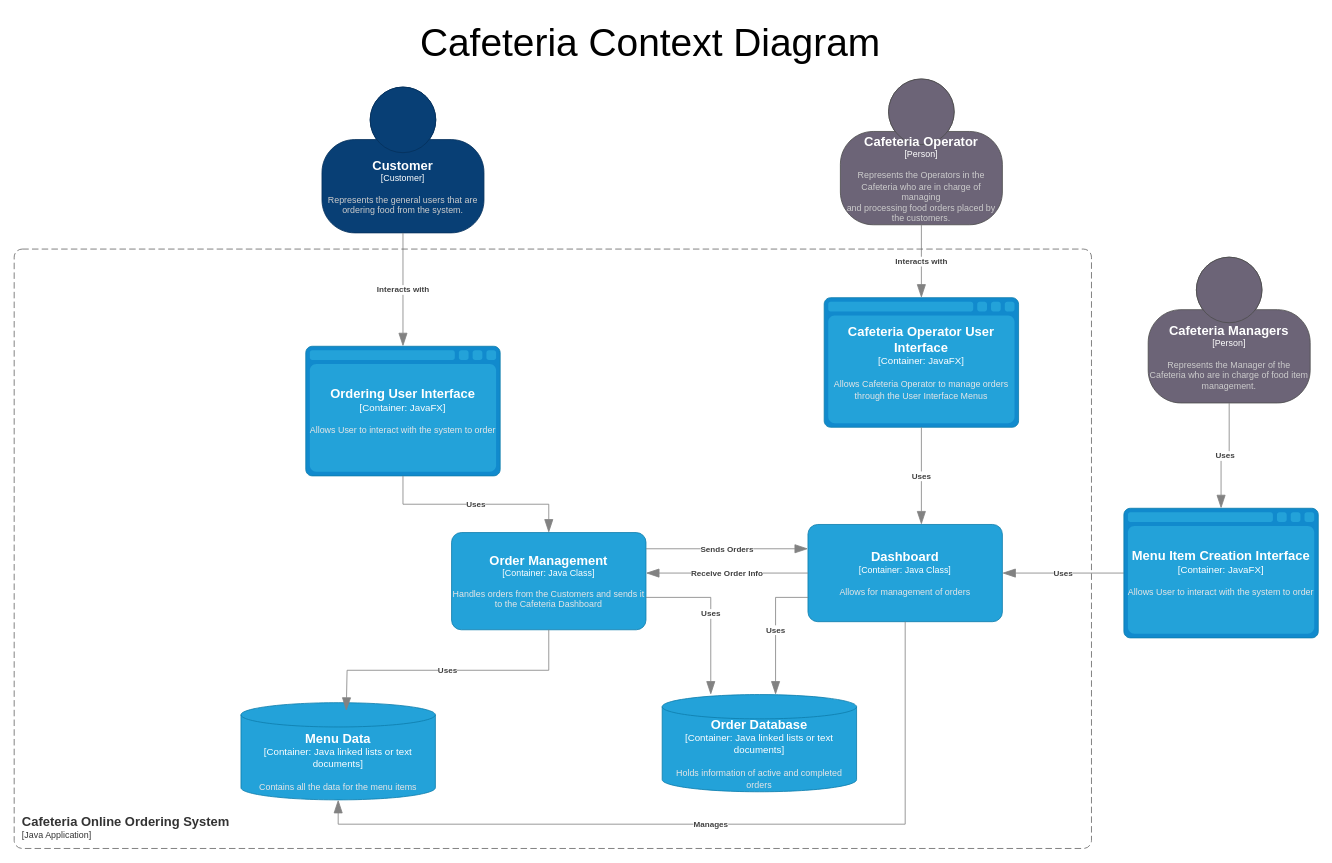
The draw.io diagram BasicDiagram.drawio in EstevanPerezASU/PsycheSurfaceDataVR, before the edit. Source tidied: cells renumbered, new cells numbered last; positions are measured from the earlier drawing's top-left corner, leaving out a move shared by most shapes. Both pictures are drawn from the tidied source at 81%, with x=0, y=0 at pixel (14, 14).
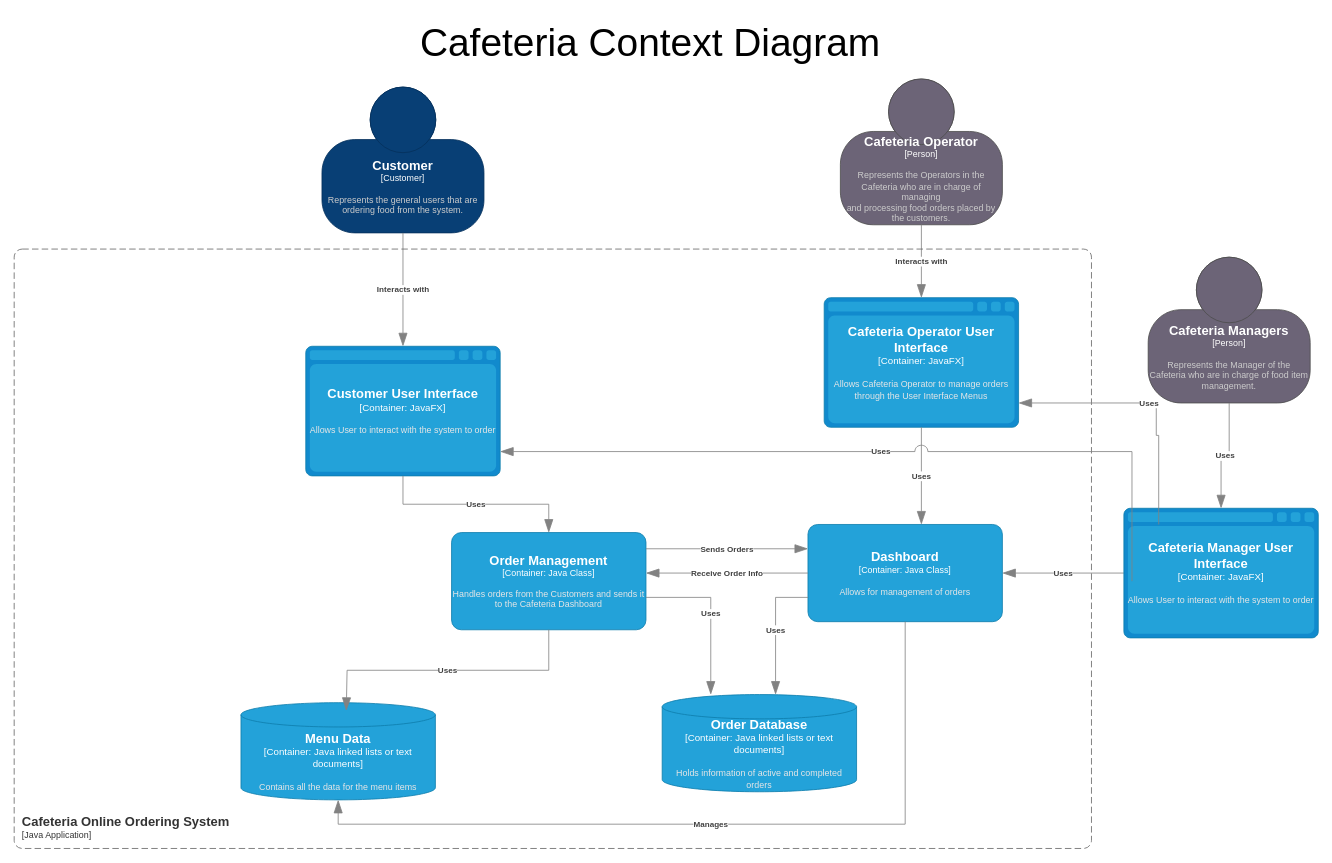
After the change.

Unchanged cells that the change refers to:
```xml
<object id="8" label="&lt;font style=&quot;font-size: 16px&quot;&gt;&lt;b&gt;%c4Name%&lt;/b&gt;&lt;/font&gt;&lt;div&gt;[%c4Type%:&amp;nbsp;%c4Technology%]&lt;/div&gt;&lt;br&gt;&lt;div&gt;&lt;font style=&quot;font-size: 11px&quot;&gt;&lt;font color=&quot;#E6E6E6&quot;&gt;%c4Description%&lt;/font&gt;&lt;/div&gt;" c4Description="Allows Cafeteria Operator to manage orders through the User Interface Menus" c4Name="Cafeteria Operator User Interface" c4Technology="JavaFX" c4Type="Container" placeholders="1">
  <mxCell style="shape=mxgraph.c4.webBrowserContainer2;whiteSpace=wrap;html=1;boundedLbl=1;rounded=0;labelBackgroundColor=none;strokeColor=#118ACD;fillColor=#23A2D9;strokeColor=#118ACD;strokeColor2=#0E7DAD;fontSize=12;fontColor=#ffffff;align=center;points=[[0.5,0,0],[1,0.25,0],[1,0.5,0],[1,0.75,0],[0.5,1,0],[0,0.75,0],[0,0.5,0],[0,0.25,0]];" parent="1" vertex="1">
    <mxGeometry x="1000" y="350" width="240" height="160" as="geometry" />
  </mxCell>
</object>
```

Diff of the diagram source:
```diff
@@
-    <object id="3" label="&lt;font style=&quot;font-size: 16px&quot;&gt;&lt;b&gt;%c4Name%&lt;/b&gt;&lt;/font&gt;&lt;div&gt;[%c4Type%:&amp;nbsp;%c4Technology%]&lt;/div&gt;&lt;br&gt;&lt;div&gt;&lt;font style=&quot;font-size: 11px&quot;&gt;&lt;font color=&quot;#E6E6E6&quot;&gt;%c4Description%&lt;/font&gt;&lt;/div&gt;" c4Description="Allows User to interact with the system to order" c4Name="Ordering User Interface" c4Technology="JavaFX" c4Type="Container" placeholders="1">
+    <object id="3" label="&lt;font style=&quot;font-size: 16px&quot;&gt;&lt;b&gt;%c4Name%&lt;/b&gt;&lt;/font&gt;&lt;div&gt;[%c4Type%:&amp;nbsp;%c4Technology%]&lt;/div&gt;&lt;br&gt;&lt;div&gt;&lt;font style=&quot;font-size: 11px&quot;&gt;&lt;font color=&quot;#E6E6E6&quot;&gt;%c4Description%&lt;/font&gt;&lt;/div&gt;" c4Description="Allows User to interact with the system to order" c4Name="Customer User Interface" c4Technology="JavaFX" c4Type="Container" placeholders="1">
       <mxCell style="shape=mxgraph.c4.webBrowserContainer2;whiteSpace=wrap;html=1;boundedLbl=1;rounded=0;labelBackgroundColor=none;strokeColor=#118ACD;fillColor=#23A2D9;strokeColor=#118ACD;strokeColor2=#0E7DAD;fontSize=12;fontColor=#ffffff;align=center;points=[[0.5,0,0],[1,0.25,0],[1,0.5,0],[1,0.75,0],[0.5,1,0],[0,0.75,0],[0,0.5,0],[0,0.25,0]];" parent="1" vertex="1">
         <mxGeometry x="360" y="410" width="240" height="160" as="geometry" />
       </mxCell>
     </object>
@@
-    <object id="22" label="&lt;font style=&quot;font-size: 16px&quot;&gt;&lt;b&gt;%c4Name%&lt;/b&gt;&lt;/font&gt;&lt;div&gt;[%c4Type%:&amp;nbsp;%c4Technology%]&lt;/div&gt;&lt;br&gt;&lt;div&gt;&lt;font style=&quot;font-size: 11px&quot;&gt;&lt;font color=&quot;#E6E6E6&quot;&gt;%c4Description%&lt;/font&gt;&lt;/div&gt;" c4Description="Allows User to interact with the system to order" c4Name="Menu Item Creation Interface" c4Technology="JavaFX" c4Type="Container" placeholders="1">
+    <object id="22" label="&lt;font style=&quot;font-size: 16px&quot;&gt;&lt;b&gt;%c4Name%&lt;/b&gt;&lt;/font&gt;&lt;div&gt;[%c4Type%:&amp;nbsp;%c4Technology%]&lt;/div&gt;&lt;br&gt;&lt;div&gt;&lt;font style=&quot;font-size: 11px&quot;&gt;&lt;font color=&quot;#E6E6E6&quot;&gt;%c4Description%&lt;/font&gt;&lt;/div&gt;" c4Description="Allows User to interact with the system to order" c4Name="Cafeteria Manager User Interface" c4Technology="JavaFX" c4Type="Container" placeholders="1">
       <mxCell style="shape=mxgraph.c4.webBrowserContainer2;whiteSpace=wrap;html=1;boundedLbl=1;rounded=0;labelBackgroundColor=none;strokeColor=#118ACD;fillColor=#23A2D9;strokeColor=#118ACD;strokeColor2=#0E7DAD;fontSize=12;fontColor=#ffffff;align=center;points=[[0.5,0,0],[1,0.25,0],[1,0.5,0],[1,0.75,0],[0.5,1,0],[0,0.75,0],[0,0.5,0],[0,0.25,0]];" parent="1" vertex="1">
         <mxGeometry x="1370" y="610" width="240" height="160" as="geometry" />
       </mxCell>
     </object>
@@
+    <object id="26" label="&lt;div style=&quot;text-align: left&quot;&gt;&lt;div style=&quot;text-align: center&quot;&gt;&lt;b&gt;%c4Description%&lt;/b&gt;&lt;/div&gt;" c4Description="Uses" placeholders="1">
+      <mxCell style="endArrow=blockThin;html=1;fontSize=10;fontColor=#404040;strokeWidth=1;endFill=1;strokeColor=#828282;elbow=vertical;endSize=14;startSize=14;jumpStyle=arc;jumpSize=16;rounded=0;edgeStyle=orthogonalEdgeStyle;" parent="1" edge="1" target="3">
+        <mxGeometry relative="1" as="geometry">
+          <mxPoint x="1380" y="700" as="sourcePoint" />
+          <Array as="points">
+            <mxPoint x="1380" y="540" />
+          </Array>
+        </mxGeometry>
+      </mxCell>
+    </object>
+    <object id="27" label="&lt;div style=&quot;text-align: left&quot;&gt;&lt;div style=&quot;text-align: center&quot;&gt;&lt;b&gt;%c4Description%&lt;/b&gt;&lt;/div&gt;" c4Description="Uses" placeholders="1">
+      <mxCell style="endArrow=blockThin;html=1;fontSize=10;fontColor=#404040;strokeWidth=1;endFill=1;strokeColor=#828282;elbow=vertical;endSize=14;startSize=14;jumpStyle=arc;jumpSize=16;rounded=0;edgeStyle=orthogonalEdgeStyle;" parent="1" edge="1" target="8">
+        <mxGeometry relative="1" as="geometry">
+          <mxPoint x="1413" y="630" as="sourcePoint" />
+          <Array as="points">
+            <mxPoint x="1413" y="520" />
+            <mxPoint x="1410" y="520" />
+            <mxPoint x="1410" y="480" />
+          </Array>
+        </mxGeometry>
+      </mxCell>
+    </object>
```
